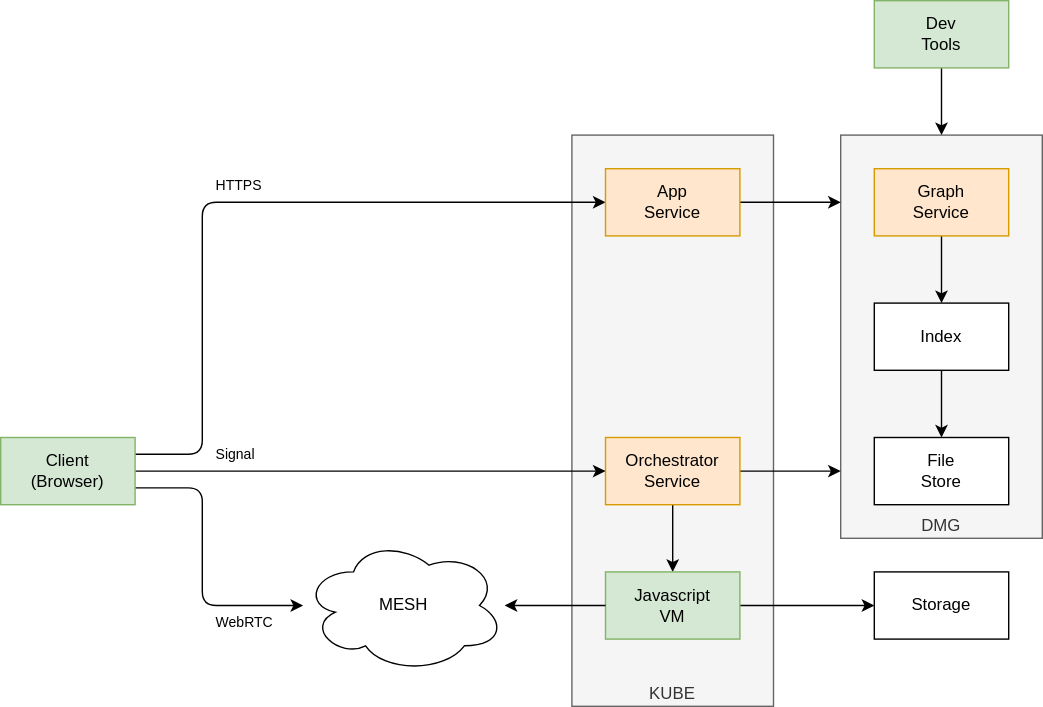
This is docs/design/diagrams/echo-relay.drawio.svg from dxos/dxos, a draw.io export, as it was before one commit. Source tidied: cells renumbered, new cells last; positions are measured from the earlier drawing's top-left corner, leaving out a move shared by most shapes.
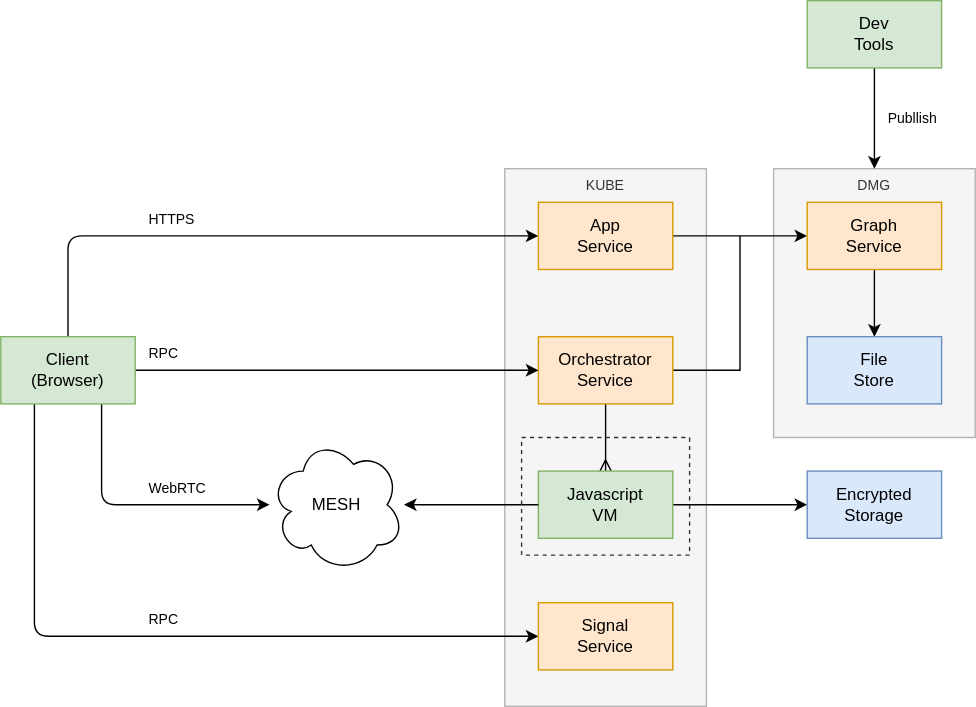
Later version of the same file.

Diff of the diagram source:
```diff
@@ -2,47 +2,56 @@
   <root>
     <mxCell id="0" />
     <mxCell id="1" parent="0" />
-    <mxCell id="2" value="KUBE" style="rounded=0;whiteSpace=wrap;html=1;verticalAlign=bottom;fillColor=#f5f5f5;fontColor=#333333;strokeColor=#666666;" parent="1" vertex="1">
-      <mxGeometry x="408" y="96" width="144" height="408" as="geometry" />
+    <mxCell id="2" value="KUBE" style="rounded=0;whiteSpace=wrap;html=1;verticalAlign=top;fillColor=#f5f5f5;fontColor=#333333;strokeColor=#B3B3B3;fontSize=10;perimeterSpacing=0;" parent="1" vertex="1">
+      <mxGeometry x="408" y="192" width="144" height="384" as="geometry" />
     </mxCell>
-    <mxCell id="3" value="DMG" style="rounded=0;whiteSpace=wrap;html=1;verticalAlign=bottom;fillColor=#f5f5f5;fontColor=#333333;strokeColor=#666666;" parent="1" vertex="1">
-      <mxGeometry x="600" y="96" width="144" height="288" as="geometry" />
+    <mxCell id="3" value="DMG" style="rounded=0;whiteSpace=wrap;html=1;verticalAlign=top;fillColor=#f5f5f5;fontColor=#333333;strokeColor=#B3B3B3;fontSize=10;" parent="1" vertex="1">
+      <mxGeometry x="600" y="192" width="144" height="192" as="geometry" />
     </mxCell>
-    <mxCell id="4" style="edgeStyle=none;html=1;exitX=0.5;exitY=1;exitDx=0;exitDy=0;" parent="1" edge="1" source="6" target="13">
+    <mxCell id="4" style="edgeStyle=none;html=1;exitX=0.5;exitY=1;exitDx=0;exitDy=0;endArrow=ERmany;endFill=0;" parent="1" edge="1" source="6" target="13">
       <mxGeometry relative="1" as="geometry" />
     </mxCell>
-    <mxCell id="5" style="edgeStyle=none;html=1;exitX=1;exitY=0.5;exitDx=0;exitDy=0;" parent="1" edge="1" source="6">
+    <mxCell id="5" style="edgeStyle=none;html=1;exitX=1;exitY=0.5;exitDx=0;exitDy=0;rounded=0;endArrow=none;endFill=0;" parent="1" edge="1" source="6">
       <mxGeometry relative="1" as="geometry">
-        <mxPoint x="600" y="336" as="targetPoint" />
+        <mxPoint x="576" y="240" as="targetPoint" />
+        <Array as="points">
+          <mxPoint x="576" y="336" />
+        </Array>
       </mxGeometry>
     </mxCell>
     <mxCell id="6" value="Orchestrator&lt;br&gt;Service" style="rounded=0;whiteSpace=wrap;html=1;fillColor=#ffe6cc;strokeColor=#d79b00;" parent="1" vertex="1">
       <mxGeometry x="432" y="312" width="96" height="48" as="geometry" />
     </mxCell>
     <mxCell id="7" value="MESH" style="ellipse;shape=cloud;whiteSpace=wrap;html=1;" parent="1" vertex="1">
-      <mxGeometry x="216" y="384" width="144" height="96" as="geometry" />
+      <mxGeometry x="240" y="384" width="96" height="96" as="geometry" />
     </mxCell>
     <mxCell id="8" style="edgeStyle=none;html=1;exitX=1;exitY=0.5;exitDx=0;exitDy=0;" parent="1" edge="1" source="11" target="6">
       <mxGeometry relative="1" as="geometry" />
     </mxCell>
+    <mxCell id="10" style="edgeStyle=none;html=1;exitX=0.75;exitY=1;exitDx=0;exitDy=0;" parent="1" edge="1" source="11" target="7">
+      <mxGeometry relative="1" as="geometry">
+        <Array as="points">
+          <mxPoint x="120" y="432" />
+          <mxPoint x="144" y="432" />
+        </Array>
+      </mxGeometry>
+    </mxCell>
-    <mxCell id="9" style="edgeStyle=none;html=1;exitX=1;exitY=0.25;exitDx=0;exitDy=0;entryX=0;entryY=0.5;entryDx=0;entryDy=0;" parent="1" edge="1" source="11" target="18">
+    <mxCell id="9" style="edgeStyle=none;html=1;exitX=0.5;exitY=0;exitDx=0;exitDy=0;entryX=0;entryY=0.5;entryDx=0;entryDy=0;fontSize=10;" parent="1" edge="1" source="11" target="18">
       <mxGeometry relative="1" as="geometry">
         <Array as="points">
-          <mxPoint x="144" y="324" />
-          <mxPoint x="144" y="144" />
+          <mxPoint x="96" y="240" />
         </Array>
       </mxGeometry>
     </mxCell>
-    <mxCell id="10" style="edgeStyle=none;html=1;exitX=1;exitY=0.75;exitDx=0;exitDy=0;" parent="1" edge="1" source="11" target="7">
-      <mxGeometry relative="1" as="geometry">
-        <Array as="points">
-          <mxPoint x="144" y="348" />
-          <mxPoint x="144" y="432" />
-        </Array>
-      </mxGeometry>
-    </mxCell>
+    <mxCell id="28" style="edgeStyle=none;rounded=1;html=1;exitX=0.25;exitY=1;exitDx=0;exitDy=0;entryX=0;entryY=0.5;entryDx=0;entryDy=0;fontSize=10;endArrow=classic;endFill=1;" parent="1" edge="1" source="11" target="30">
+      <mxGeometry relative="1" as="geometry">
+        <Array as="points">
+          <mxPoint x="72" y="526" />
+        </Array>
+      </mxGeometry>
+    </mxCell>
     <mxCell id="11" value="Client&lt;br&gt;(Browser)" style="rounded=0;whiteSpace=wrap;html=1;fillColor=#d5e8d4;strokeColor=#82b366;" parent="1" vertex="1">
-      <mxGeometry y="312" width="96" height="48" as="geometry" />
+      <mxGeometry x="48" y="312" width="96" height="48" as="geometry" />
     </mxCell>
     <mxCell id="12" style="edgeStyle=none;html=1;exitX=1;exitY=0.5;exitDx=0;exitDy=0;fontSize=10;" parent="1" edge="1" source="13" target="27">
       <mxGeometry relative="1" as="geometry" />
@@ -50,49 +59,53 @@
     <mxCell id="13" value="Javascript&lt;br&gt;VM" style="rounded=0;whiteSpace=wrap;html=1;fillColor=#d5e8d4;strokeColor=#82b366;" parent="1" vertex="1">
       <mxGeometry x="432" y="408" width="96" height="48" as="geometry" />
     </mxCell>
-    <mxCell id="14" style="edgeStyle=none;html=1;exitX=0.5;exitY=1;exitDx=0;exitDy=0;" parent="1" edge="1" source="15" target="16">
+    <mxCell id="14" style="edgeStyle=none;html=1;exitX=0.5;exitY=1;exitDx=0;exitDy=0;" parent="1" edge="1" source="24" target="16">
       <mxGeometry relative="1" as="geometry" />
     </mxCell>
-    <mxCell id="15" value="Index" style="rounded=0;whiteSpace=wrap;html=1;" parent="1" vertex="1">
-      <mxGeometry x="624" y="216" width="96" height="48" as="geometry" />
-    </mxCell>
-    <mxCell id="16" value="File&lt;br&gt;Store" style="rounded=0;whiteSpace=wrap;html=1;" parent="1" vertex="1">
+    <mxCell id="16" value="File&lt;br&gt;Store" style="rounded=0;whiteSpace=wrap;html=1;fillColor=#dae8fc;strokeColor=#6c8ebf;" parent="1" vertex="1">
       <mxGeometry x="624" y="312" width="96" height="48" as="geometry" />
     </mxCell>
-    <mxCell id="17" style="edgeStyle=none;html=1;exitX=1;exitY=0.5;exitDx=0;exitDy=0;" parent="1" edge="1" source="18">
-      <mxGeometry relative="1" as="geometry">
-        <mxPoint x="600" y="144" as="targetPoint" />
-      </mxGeometry>
+    <mxCell id="17" style="edgeStyle=none;html=1;exitX=1;exitY=0.5;exitDx=0;exitDy=0;entryX=0;entryY=0.5;entryDx=0;entryDy=0;" parent="1" edge="1" source="18" target="24">
+      <mxGeometry relative="1" as="geometry" />
     </mxCell>
     <mxCell id="18" value="App&lt;br&gt;Service" style="rounded=0;whiteSpace=wrap;html=1;fillColor=#ffe6cc;strokeColor=#d79b00;" parent="1" vertex="1">
-      <mxGeometry x="432" y="120" width="96" height="48" as="geometry" />
+      <mxGeometry x="432" y="216" width="96" height="48" as="geometry" />
     </mxCell>
     <mxCell id="19" style="edgeStyle=none;html=1;exitX=0;exitY=0.5;exitDx=0;exitDy=0;" parent="1" edge="1" source="13" target="7">
       <mxGeometry relative="1" as="geometry" />
     </mxCell>
     <mxCell id="20" value="WebRTC" style="rounded=0;whiteSpace=wrap;html=1;fillColor=none;strokeColor=none;align=left;fontSize=10;spacingLeft=8;" parent="1" vertex="1">
-      <mxGeometry x="144" y="432" width="72" height="24" as="geometry" />
+      <mxGeometry x="144" y="408" width="72" height="24" as="geometry" />
     </mxCell>
     <mxCell id="21" value="HTTPS" style="rounded=0;whiteSpace=wrap;html=1;fillColor=none;strokeColor=none;align=left;fontSize=10;spacingLeft=8;" parent="1" vertex="1">
-      <mxGeometry x="144" y="120" width="72" height="24" as="geometry" />
+      <mxGeometry x="144" y="216" width="72" height="24" as="geometry" />
     </mxCell>
-    <mxCell id="22" value="Signal" style="rounded=0;whiteSpace=wrap;html=1;fillColor=none;strokeColor=none;align=left;fontSize=10;spacingLeft=8;" parent="1" vertex="1">
+    <mxCell id="22" value="RPC" style="rounded=0;whiteSpace=wrap;html=1;fillColor=none;strokeColor=none;align=left;fontSize=10;spacingLeft=8;" parent="1" vertex="1">
       <mxGeometry x="144" y="312" width="72" height="24" as="geometry" />
     </mxCell>
-    <mxCell id="23" style="edgeStyle=none;html=1;exitX=0.5;exitY=1;exitDx=0;exitDy=0;fontSize=10;" parent="1" edge="1" source="24" target="15">
-      <mxGeometry relative="1" as="geometry" />
-    </mxCell>
     <mxCell id="24" value="Graph&lt;br&gt;Service" style="rounded=0;whiteSpace=wrap;html=1;fillColor=#ffe6cc;strokeColor=#d79b00;" parent="1" vertex="1">
-      <mxGeometry x="624" y="120" width="96" height="48" as="geometry" />
+      <mxGeometry x="624" y="216" width="96" height="48" as="geometry" />
     </mxCell>
     <mxCell id="25" style="edgeStyle=none;html=1;exitX=0.5;exitY=1;exitDx=0;exitDy=0;entryX=0.5;entryY=0;entryDx=0;entryDy=0;fontSize=10;" parent="1" edge="1" source="26" target="3">
       <mxGeometry relative="1" as="geometry" />
     </mxCell>
     <mxCell id="26" value="Dev&lt;br&gt;Tools" style="rounded=0;whiteSpace=wrap;html=1;fillColor=#d5e8d4;strokeColor=#82b366;" parent="1" vertex="1">
-      <mxGeometry x="624" width="96" height="48" as="geometry" />
+      <mxGeometry x="624" y="72" width="96" height="48" as="geometry" />
     </mxCell>
-    <mxCell id="27" value="Storage" style="rounded=0;whiteSpace=wrap;html=1;" parent="1" vertex="1">
+    <mxCell id="27" value="Encrypted&lt;br&gt;Storage" style="rounded=0;whiteSpace=wrap;html=1;fillColor=#dae8fc;strokeColor=#6c8ebf;" parent="1" vertex="1">
       <mxGeometry x="624" y="408" width="96" height="48" as="geometry" />
     </mxCell>
+    <mxCell id="29" value="Publlish" style="rounded=0;whiteSpace=wrap;html=1;fillColor=none;strokeColor=none;align=left;fontSize=10;spacingLeft=8;" parent="1" vertex="1">
+      <mxGeometry x="672" y="144" width="72" height="24" as="geometry" />
+    </mxCell>
+    <mxCell id="30" value="Signal&lt;br&gt;Service" style="rounded=0;whiteSpace=wrap;html=1;fillColor=#ffe6cc;strokeColor=#d79b00;" parent="1" vertex="1">
+      <mxGeometry x="432" y="502" width="96" height="48" as="geometry" />
+    </mxCell>
+    <mxCell id="31" value="RPC" style="rounded=0;whiteSpace=wrap;html=1;fillColor=none;strokeColor=none;align=left;fontSize=10;spacingLeft=8;" parent="1" vertex="1">
+      <mxGeometry x="144" y="502" width="72" height="24" as="geometry" />
+    </mxCell>
+    <mxCell id="32" style="rounded=0;whiteSpace=wrap;html=1;verticalAlign=top;fillColor=none;fontColor=#333333;strokeColor=#333333;fontSize=10;perimeterSpacing=0;dashed=1;" parent="1" vertex="1">
+      <mxGeometry x="420" y="384" width="120" height="84" as="geometry" />
+    </mxCell>
   </root>
 </mxGraphModel>
```
